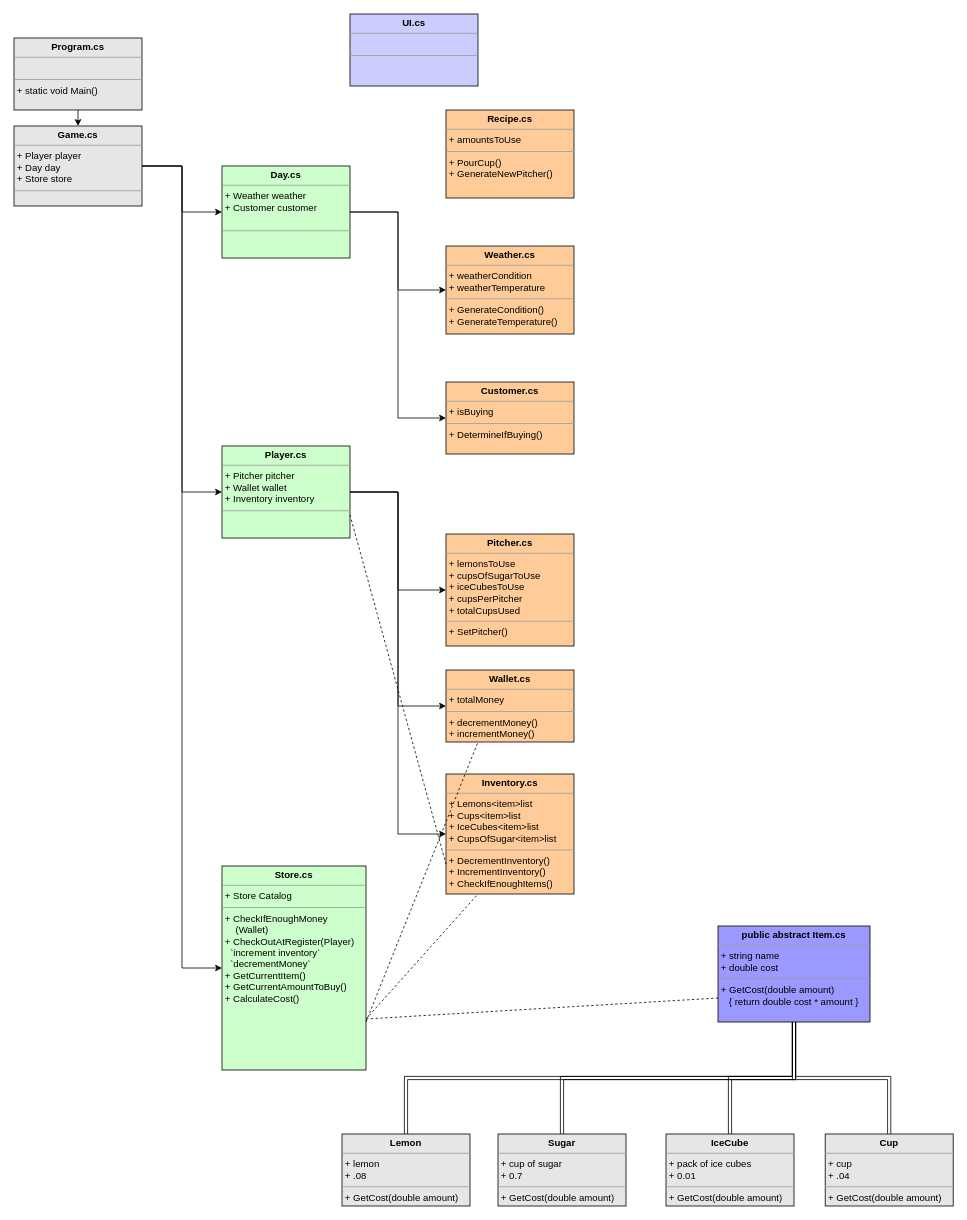
Above: lemonade_Stand_UML.drawio in jtbowles/_lemonade_Stand (draw.io), before the change. Source tidied: cells renumbered, new cells numbered last; positions are measured from the earlier drawing's top-left corner, leaving out a move shared by most shapes. Both pictures are drawn from the tidied source at 80%, with x=0, y=0 at pixel (14, 14).
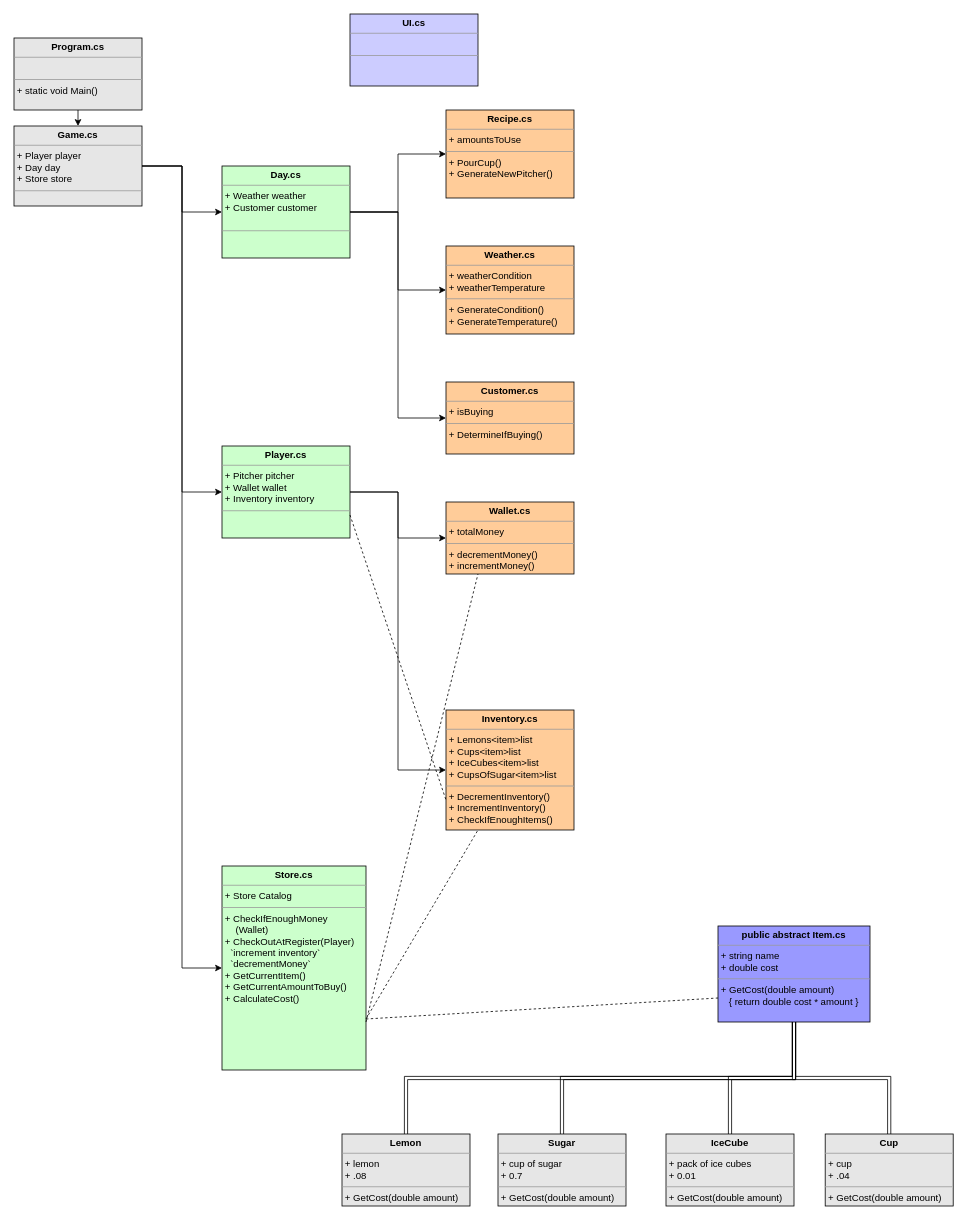
The same diagram, later.

Commit message (it also covers changes not shown here):
pitcher class moved inside Day class with no errors| TODO checkInventory method

The change refers to these unchanged cells:
```xml
<mxCell id="10" value="&lt;p style=&quot;margin: 0px ; margin-top: 4px ; text-align: center&quot;&gt;&lt;b&gt;Day.cs&lt;/b&gt;&lt;/p&gt;&lt;hr size=&quot;1&quot;&gt;&lt;p style=&quot;margin: 0px ; margin-left: 4px&quot;&gt;+ Weather weather&lt;/p&gt;&lt;p style=&quot;margin: 0px ; margin-left: 4px&quot;&gt;+ Customer customer&lt;/p&gt;&lt;p style=&quot;margin: 0px ; margin-left: 4px&quot;&gt;&lt;br&gt;&lt;/p&gt;&lt;hr size=&quot;1&quot;&gt;&lt;p style=&quot;margin: 0px ; margin-left: 4px&quot;&gt;&lt;br&gt;&lt;/p&gt;" style="verticalAlign=top;align=left;overflow=fill;fontSize=12;fontFamily=Helvetica;html=1;fillColor=#CCFFCC;" parent="1" vertex="1">
  <mxGeometry x="260" y="190" width="160" height="115" as="geometry" />
</mxCell>
<mxCell id="16" value="&lt;p style=&quot;margin: 0px ; margin-top: 4px ; text-align: center&quot;&gt;&lt;b&gt;Player.cs&lt;/b&gt;&lt;/p&gt;&lt;hr size=&quot;1&quot;&gt;&lt;p style=&quot;margin: 0px ; margin-left: 4px&quot;&gt;+ Pitcher pitcher&lt;/p&gt;&lt;p style=&quot;margin: 0px ; margin-left: 4px&quot;&gt;+ Wallet wallet&lt;/p&gt;&lt;p style=&quot;margin: 0px ; margin-left: 4px&quot;&gt;+ Inventory inventory&lt;/p&gt;&lt;hr size=&quot;1&quot;&gt;&lt;p style=&quot;margin: 0px ; margin-left: 4px&quot;&gt;&lt;br&gt;&lt;/p&gt;" style="verticalAlign=top;align=left;overflow=fill;fontSize=12;fontFamily=Helvetica;html=1;fillColor=#CCFFCC;" parent="1" vertex="1">
  <mxGeometry x="260" y="540" width="160" height="115" as="geometry" />
</mxCell>
<mxCell id="35" value="&lt;p style=&quot;margin: 0px ; margin-top: 4px ; text-align: center&quot;&gt;&lt;b&gt;Recipe.cs&lt;/b&gt;&lt;/p&gt;&lt;hr size=&quot;1&quot;&gt;&lt;p style=&quot;margin: 0px ; margin-left: 4px&quot;&gt;+ amountsToUse&lt;/p&gt;&lt;hr size=&quot;1&quot;&gt;&lt;p style=&quot;margin: 0px ; margin-left: 4px&quot;&gt;+ PourCup()&lt;/p&gt;&lt;p style=&quot;margin: 0px ; margin-left: 4px&quot;&gt;+ GenerateNewPitcher()&lt;/p&gt;" style="verticalAlign=top;align=left;overflow=fill;fontSize=12;fontFamily=Helvetica;html=1;fillColor=#FFCC99;" parent="1" vertex="1">
  <mxGeometry x="540" y="120" width="160" height="110" as="geometry" />
</mxCell>
```

What changed in the source:
```diff
@@
+    <mxCell id="36" style="edgeStyle=orthogonalEdgeStyle;rounded=0;jettySize=auto;html=1;exitX=1;exitY=0.5;exitDx=0;exitDy=0;entryX=0;entryY=0.5;entryDx=0;entryDy=0;" parent="1" edge="1" source="10" target="35">
+      <mxGeometry relative="1" as="geometry" />
+    </mxCell>
@@
-    <mxCell id="13" style="edgeStyle=orthogonalEdgeStyle;rounded=0;jettySize=auto;html=1;exitX=1;exitY=0.5;exitDx=0;exitDy=0;entryX=0;entryY=0.5;entryDx=0;entryDy=0;" parent="1" edge="1" source="16" target="17">
-      <mxGeometry relative="1" as="geometry" />
-    </mxCell>
@@
-    <mxCell id="17" value="&lt;p style=&quot;margin: 0px ; margin-top: 4px ; text-align: center&quot;&gt;&lt;b&gt;Pitcher.cs&lt;/b&gt;&lt;/p&gt;&lt;hr size=&quot;1&quot;&gt;&lt;p style=&quot;margin: 0px ; margin-left: 4px&quot;&gt;+ lemonsToUse&lt;/p&gt;&lt;p style=&quot;margin: 0px ; margin-left: 4px&quot;&gt;+ cupsOfSugarToUse&lt;/p&gt;&lt;p style=&quot;margin: 0px ; margin-left: 4px&quot;&gt;+ iceCubesToUse&lt;/p&gt;&lt;p style=&quot;margin: 0px ; margin-left: 4px&quot;&gt;+ cupsPerPitcher&lt;/p&gt;&lt;p style=&quot;margin: 0px ; margin-left: 4px&quot;&gt;+ totalCupsUsed&lt;/p&gt;&lt;hr size=&quot;1&quot;&gt;&lt;p style=&quot;margin: 0px ; margin-left: 4px&quot;&gt;+ SetPitcher()&lt;/p&gt;" style="verticalAlign=top;align=left;overflow=fill;fontSize=12;fontFamily=Helvetica;html=1;fillColor=#FFCC99;" parent="1" vertex="1">
-      <mxGeometry x="540" y="650" width="160" height="140" as="geometry" />
-    </mxCell>
     <mxCell id="18" value="&lt;p style=&quot;margin: 0px ; margin-top: 4px ; text-align: center&quot;&gt;&lt;b&gt;Wallet.cs&lt;/b&gt;&lt;/p&gt;&lt;hr size=&quot;1&quot;&gt;&lt;p style=&quot;margin: 0px ; margin-left: 4px&quot;&gt;+ totalMoney&lt;/p&gt;&lt;hr size=&quot;1&quot;&gt;&lt;p style=&quot;margin: 0px ; margin-left: 4px&quot;&gt;+ decrementMoney()&lt;/p&gt;&lt;p style=&quot;margin: 0px ; margin-left: 4px&quot;&gt;+ incrementMoney()&lt;/p&gt;" style="verticalAlign=top;align=left;overflow=fill;fontSize=12;fontFamily=Helvetica;html=1;fillColor=#FFCC99;" parent="1" vertex="1">
-      <mxGeometry x="540" y="820" width="160" height="90" as="geometry" />
+      <mxGeometry x="540" y="610" width="160" height="90" as="geometry" />
     </mxCell>
     <mxCell id="19" value="&lt;p style=&quot;margin: 0px ; margin-top: 4px ; text-align: center&quot;&gt;&lt;b&gt;Inventory.cs&lt;/b&gt;&lt;/p&gt;&lt;hr size=&quot;1&quot;&gt;&lt;p style=&quot;margin: 0px ; margin-left: 4px&quot;&gt;+ Lemons&amp;lt;item&amp;gt;list&lt;/p&gt;&lt;p style=&quot;margin: 0px ; margin-left: 4px&quot;&gt;+ Cups&amp;lt;item&amp;gt;list&lt;/p&gt;&lt;p style=&quot;margin: 0px ; margin-left: 4px&quot;&gt;+ IceCubes&amp;lt;item&amp;gt;list&lt;/p&gt;&lt;p style=&quot;margin: 0px ; margin-left: 4px&quot;&gt;+ CupsOfSugar&amp;lt;item&amp;gt;list&lt;/p&gt;&lt;hr size=&quot;1&quot;&gt;&lt;p style=&quot;margin: 0px ; margin-left: 4px&quot;&gt;+ DecrementInventory()&lt;/p&gt;&lt;p style=&quot;margin: 0px ; margin-left: 4px&quot;&gt;+ IncrementInventory()&lt;/p&gt;&lt;p style=&quot;margin: 0px ; margin-left: 4px&quot;&gt;+ CheckIfEnoughItems()&lt;/p&gt;" style="verticalAlign=top;align=left;overflow=fill;fontSize=12;fontFamily=Helvetica;html=1;fillColor=#FFCC99;" parent="1" vertex="1">
-      <mxGeometry x="540" y="950" width="160" height="150" as="geometry" />
+      <mxGeometry x="540" y="870" width="160" height="150" as="geometry" />
     </mxCell>
```
